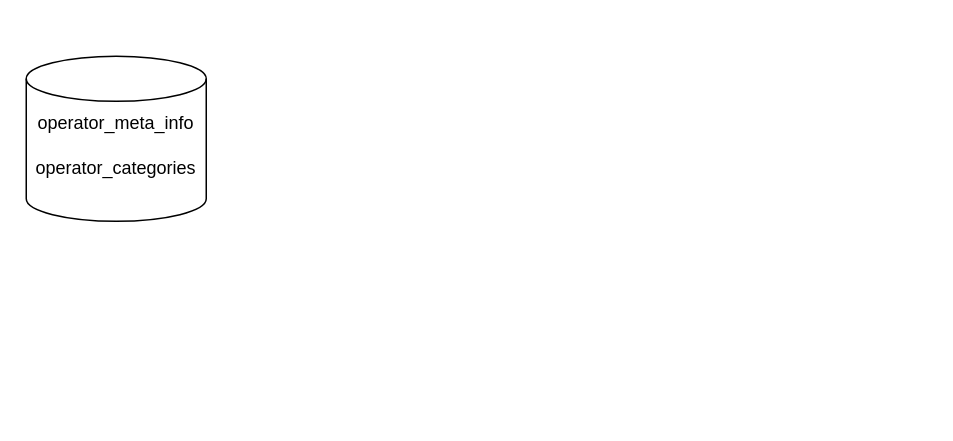
The draw.io diagram page "第 1 页" (1 of 5) of dataflow_dsl.drawio in Aike505/backup, before the edit. Source tidied: cells renumbered, new cells numbered last; positions are measured from the earlier drawing's top-left corner, leaving out a move shared by most shapes. Both pictures are drawn from the tidied source at 150%, with x=0, y=0 at pixel (26, 56).
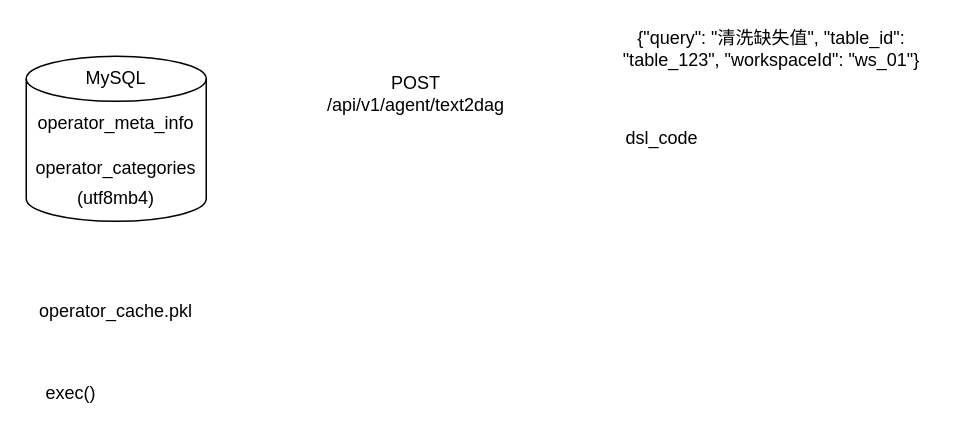
After the change.

Diff of the diagram source:
```diff
@@
 <mxGraphModel>
   <root>
     <mxCell id="0" />
     <mxCell id="1" parent="0" />
     <mxCell id="2" style="shape=cylinder3;whiteSpace=wrap;html=1;boundedLbl=1;backgroundOutline=1;size=15;" parent="1" vertex="1">
       <mxGeometry width="120" height="110" as="geometry" />
     </mxCell>
     <mxCell id="3" value="operator_categories" style="text;html=1;whiteSpace=wrap;strokeColor=none;fillColor=none;align=center;verticalAlign=middle;rounded=0;" parent="1" vertex="1">
       <mxGeometry x="30" y="60" width="60" height="30" as="geometry" />
     </mxCell>
     <mxCell id="4" value="operator_meta_info" style="text;html=1;whiteSpace=wrap;strokeColor=none;fillColor=none;align=center;verticalAlign=middle;rounded=0;" parent="1" vertex="1">
       <mxGeometry x="30" y="30" width="60" height="30" as="geometry" />
     </mxCell>
+    <mxCell id="5" value="(utf8mb4)" style="text;html=1;whiteSpace=wrap;strokeColor=none;fillColor=none;align=center;verticalAlign=middle;rounded=0;" parent="1" vertex="1">
+      <mxGeometry x="30" y="80" width="60" height="30" as="geometry" />
+    </mxCell>
+    <mxCell id="6" value="POST /api/v1/agent/text2dag" style="text;html=1;whiteSpace=wrap;strokeColor=none;fillColor=none;align=center;verticalAlign=middle;rounded=0;" parent="1" vertex="1">
+      <mxGeometry x="190" y="10" width="140" height="30" as="geometry" />
+    </mxCell>
+    <mxCell id="7" value="{&quot;query&quot;: &quot;清洗缺失值&quot;, &quot;table_id&quot;: &quot;table_123&quot;, &quot;workspaceId&quot;: &quot;ws_01&quot;}" style="text;html=1;whiteSpace=wrap;strokeColor=none;fillColor=none;align=center;verticalAlign=middle;rounded=0;" parent="1" vertex="1">
+      <mxGeometry x="394" y="-20" width="206" height="30" as="geometry" />
+    </mxCell>
+    <mxCell id="8" value="dsl_code" style="text;html=1;whiteSpace=wrap;strokeColor=none;fillColor=none;align=center;verticalAlign=middle;rounded=0;" parent="1" vertex="1">
+      <mxGeometry x="394" y="40" width="60" height="30" as="geometry" />
+    </mxCell>
+    <mxCell id="9" value="MySQL" style="text;html=1;whiteSpace=wrap;strokeColor=none;fillColor=none;align=center;verticalAlign=middle;rounded=0;" parent="1" vertex="1">
+      <mxGeometry x="30" width="60" height="30" as="geometry" />
+    </mxCell>
+    <mxCell id="10" value="operator_cache.pkl" style="text;html=1;whiteSpace=wrap;strokeColor=none;fillColor=none;align=center;verticalAlign=middle;rounded=0;" parent="1" vertex="1">
+      <mxGeometry x="30" y="155" width="60" height="30" as="geometry" />
+    </mxCell>
+    <mxCell id="11" value="exec()" style="text;html=1;whiteSpace=wrap;strokeColor=none;fillColor=none;align=center;verticalAlign=middle;rounded=0;" parent="1" vertex="1">
+      <mxGeometry y="210" width="60" height="30" as="geometry" />
+    </mxCell>
   </root>
 </mxGraphModel>
```
